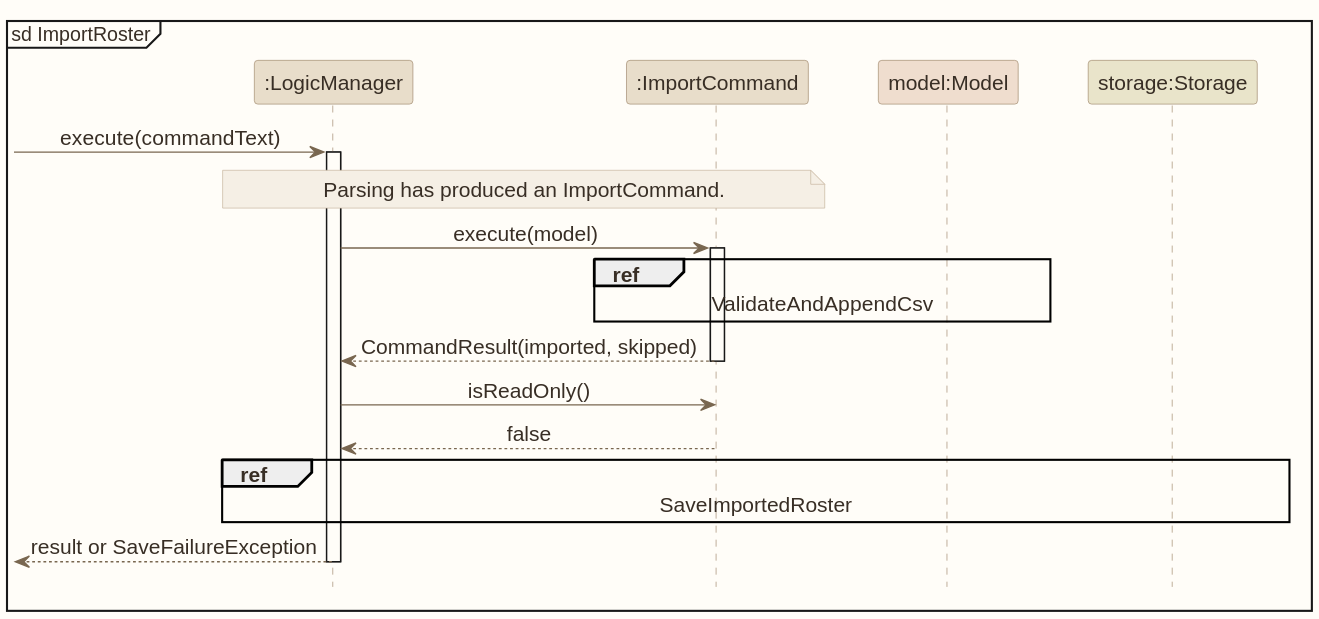
AY2627S1-CS2103T-W12-1/tp keeps this PlantUML diagram as docs/images/CsvImportSequenceDiagram.svg. Above is the earlier version.
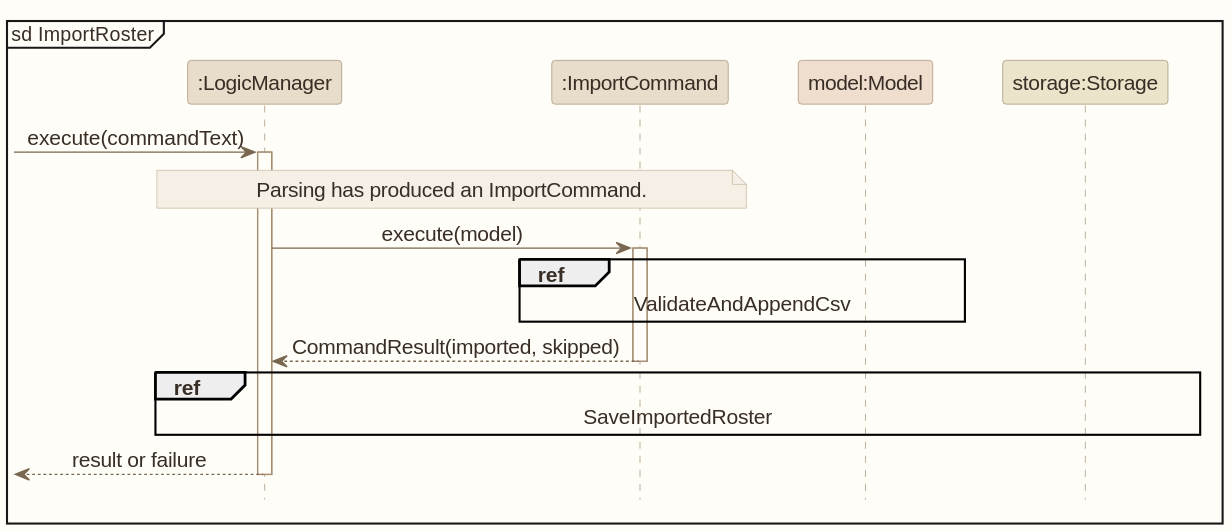
After the change.

The edit, as a diff of the source:
```diff
@@ -15,9 +15,7 @@
 ref over Command,Model : ValidateAndAppendCsv
 Command --> Logic : CommandResult(imported, skipped)
 deactivate Command
-Logic -> Command : isReadOnly()
-Command --> Logic : false
 ref over Logic,Storage : SaveImportedRoster
-Logic -->[ : result or SaveFailureException
+Logic -->[ : result or failure
 deactivate Logic
 @enduml
```
